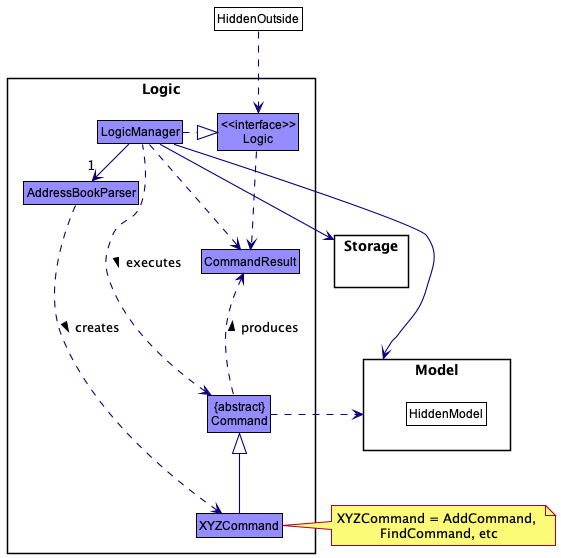
The PlantUML diagram docs/images/LogicClassDiagram.png in zhongfu/tp, before a commit.
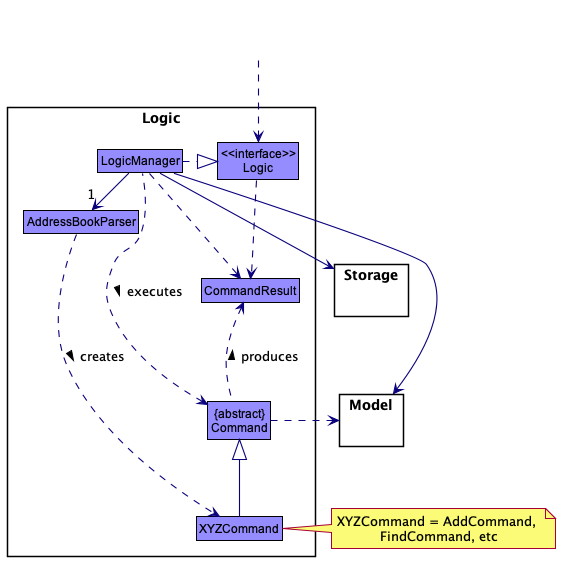
Above is the later version.

What changed in the source:
```diff
@@ -3,6 +3,15 @@
 skinparam arrowThickness 1.1
 skinparam arrowColor LOGIC_COLOR_T4
 skinparam classBackgroundColor LOGIC_COLOR
+
+skinparam rectangle {
+    BorderColor<<PLACEHOLDER>> transparent
+    FontColor<<PLACEHOLDER>> transparent
+    StereotypeFontColor<<PLACEHOLDER>> transparent
+}
+
+rectangle arrowFromNowhere <<PLACEHOLDER>> {
+}
 
 package Logic {
 
@@ -17,14 +26,13 @@
 }
 
 package Model{
-Class HiddenModel #FFFFFF
 }
 
 package Storage{
 }
 
-Class HiddenOutside #FFFFFF
-HiddenOutside ..> Logic
+
+arrowFromNowhere ..> Logic
 
 LogicManager .right.|> Logic
 LogicManager -right->"1" AddressBookParser
```
